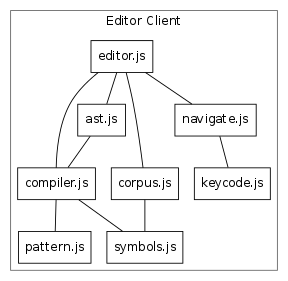
fritzo/pomagma keeps this Graphviz diagram as doc/editor.png. Above is the earlier version. Its source is kept beside it as doc/editor.dot.
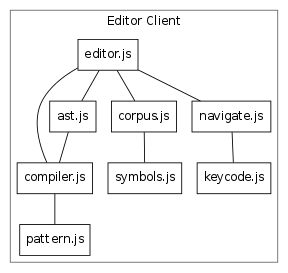
The same diagram one commit later.

Commit message:
Remove edge in editor architecture diagram

What changed in the source:
```diff
@@ -16,7 +16,6 @@
         symbols [label="symbols.js"];
         keycode [label="keycode.js"];
 
-        compiler -> symbols;
         compiler -> pattern;
 
         ast -> compiler;
```
